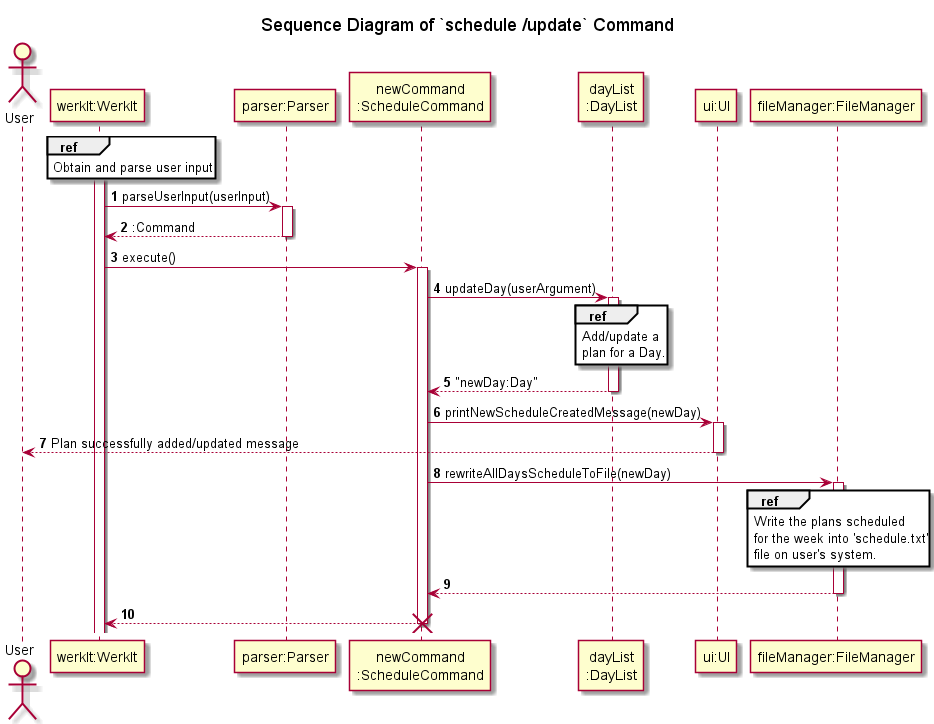
nus-cs2113-AY2122S2/tp keeps this PlantUML diagram as docs/uml/sequenceDiagrams/schedule/images/updateSchedule.png. Above is the earlier version. Source of this version:
```plantuml
@startuml
!include ../../Style.puml

autonumber

title Sequence Diagram of `schedule /update` Command

actor   User
participant "werkIt:WerkIt" AS WerkIt
participant "parser:Parser" AS Parser
participant "newCommand\n:ScheduleCommand" AS newCommand
participant "dayList\n:DayList" AS DayList
participant "ui:UI" AS UI2
participant "fileManager:FileManager" as FileManager

activate WerkIt
ref over WerkIt
Obtain and parse user input
end

WerkIt -> Parser : parseUserInput(userInput)
activate Parser
WerkIt <-- Parser : :Command
deactivate Parser

WerkIt -> newCommand : execute()
activate newCommand
newCommand -> DayList : updateDay(userArgument)
activate DayList
ref over DayList
Add/update a
plan for a Day.
end
newCommand <-- DayList : "newDay:Day"
deactivate DayList

newCommand -> UI2 : printNewScheduleCreatedMessage(newDay)
activate UI2
User <-- UI2 : Plan successfully added/updated message
deactivate UI2

newCommand -> FileManager : rewriteAllDaysScheduleToFile(newDay)
activate FileManager
ref over FileManager
Write the plans scheduled
for the week into 'schedule.txt'
file on user's system.
end
newCommand <-- FileManager
deactivate FileManager

WerkIt <-- newCommand
deactivate newCommand

destroy newCommand
@enduml
```
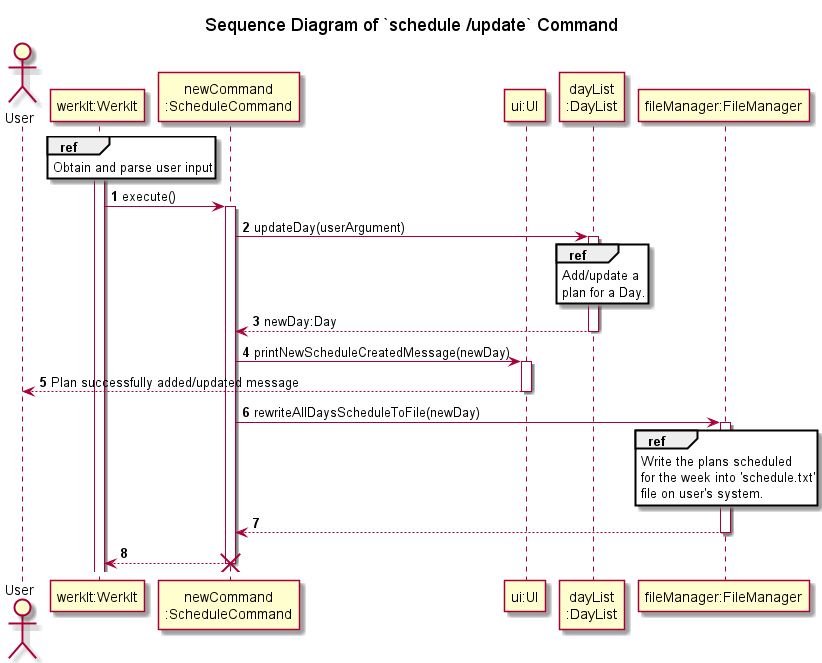
The same diagram one commit later.

Commit message:
update the DG with latest info on schedule features

Change to the diagram source:
```diff
@@ -7,21 +7,15 @@
 
 actor   User
 participant "werkIt:WerkIt" AS WerkIt
-participant "parser:Parser" AS Parser
 participant "newCommand\n:ScheduleCommand" AS newCommand
+participant "ui:UI" AS UI
 participant "dayList\n:DayList" AS DayList
-participant "ui:UI" AS UI2
 participant "fileManager:FileManager" as FileManager
 
 activate WerkIt
 ref over WerkIt
 Obtain and parse user input
 end
-
-WerkIt -> Parser : parseUserInput(userInput)
-activate Parser
-WerkIt <-- Parser : :Command
-deactivate Parser
 
 WerkIt -> newCommand : execute()
 activate newCommand
@@ -31,13 +25,13 @@
 Add/update a
 plan for a Day.
 end
-newCommand <-- DayList : "newDay:Day"
+newCommand <-- DayList : newDay:Day
 deactivate DayList
 
-newCommand -> UI2 : printNewScheduleCreatedMessage(newDay)
-activate UI2
-User <-- UI2 : Plan successfully added/updated message
-deactivate UI2
+newCommand -> UI : printNewScheduleCreatedMessage(newDay)
+activate UI
+User <-- UI : Plan successfully added/updated message
+deactivate UI
 
 newCommand -> FileManager : rewriteAllDaysScheduleToFile(newDay)
 activate FileManager
```
